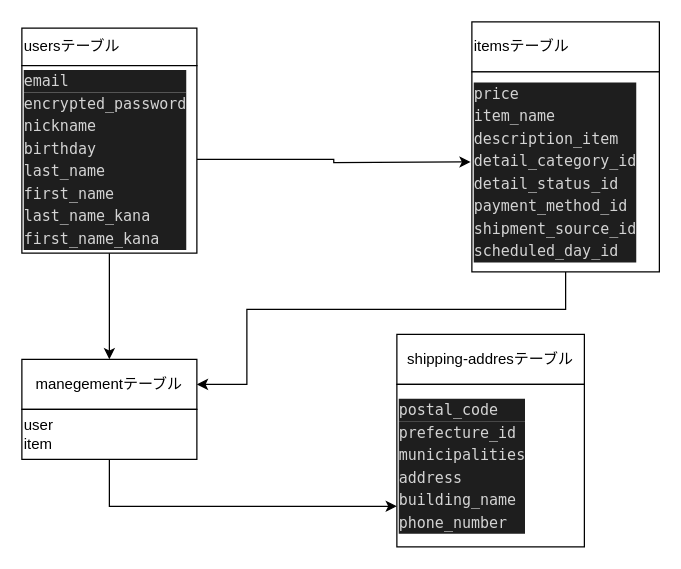
noguchi-takanori/furima-36054 keeps this draw.io diagram as sekkei.dio. Above is the earlier version. Source tidied: cells renumbered, new cells numbered last; positions are measured from the earlier drawing's top-left corner, leaving out a move shared by most shapes. Both pictures are drawn from the tidied source at 125%, with x=0, y=0 at pixel (21, 21).
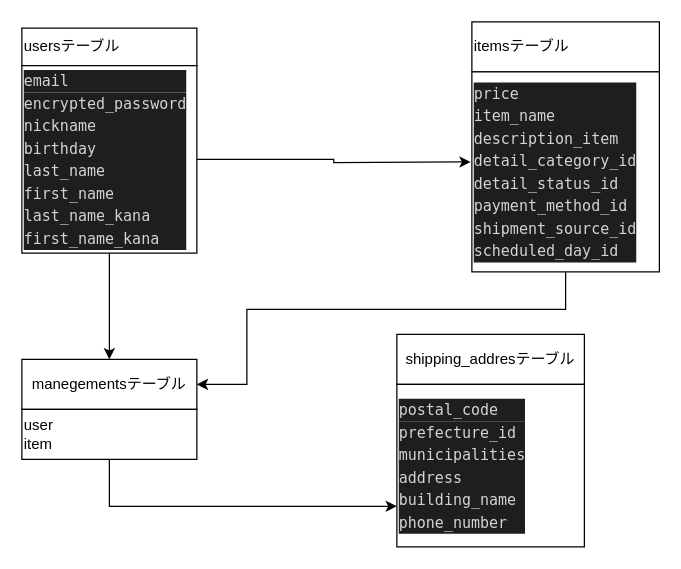
The same page after the edit.

Diff of the diagram source:
```diff
@@
 <mxGraphModel>
   <root>
     <mxCell id="0" />
     <mxCell id="1" parent="0" />
     <mxCell id="2" value="usersテーブル" style="rounded=0;whiteSpace=wrap;html=1;align=left;" parent="1" vertex="1">
       <mxGeometry y="5" width="140" height="30" as="geometry" />
     </mxCell>
     <mxCell id="3" style="edgeStyle=orthogonalEdgeStyle;rounded=0;jettySize=auto;html=1;exitX=0.5;exitY=1;exitDx=0;exitDy=0;entryX=0.5;entryY=0;entryDx=0;entryDy=0;" parent="1" edge="1" source="5" target="9">
       <mxGeometry relative="1" as="geometry" />
     </mxCell>
     <mxCell id="4" style="edgeStyle=orthogonalEdgeStyle;rounded=0;jettySize=auto;html=1;exitX=1;exitY=0.5;exitDx=0;exitDy=0;" parent="1" edge="1" source="5">
       <mxGeometry relative="1" as="geometry">
         <mxPoint x="359" y="112" as="targetPoint" />
       </mxGeometry>
     </mxCell>
     <mxCell id="5" value="&lt;div style=&quot;color: rgb(212 , 212 , 212) ; background-color: rgb(30 , 30 , 30) ; font-family: &amp;#34;menlo&amp;#34; , &amp;#34;monaco&amp;#34; , &amp;#34;courier new&amp;#34; , monospace ; line-height: 18px&quot;&gt;email&lt;/div&gt;&lt;div style=&quot;color: rgb(212 , 212 , 212) ; background-color: rgb(30 , 30 , 30) ; font-family: &amp;#34;menlo&amp;#34; , &amp;#34;monaco&amp;#34; , &amp;#34;courier new&amp;#34; , monospace ; line-height: 18px&quot;&gt;&lt;div style=&quot;font-family: &amp;#34;menlo&amp;#34; , &amp;#34;monaco&amp;#34; , &amp;#34;courier new&amp;#34; , monospace ; line-height: 18px&quot;&gt;encrypted_password&lt;/div&gt;&lt;div style=&quot;font-family: &amp;#34;menlo&amp;#34; , &amp;#34;monaco&amp;#34; , &amp;#34;courier new&amp;#34; , monospace ; line-height: 18px&quot;&gt;&lt;div style=&quot;font-family: &amp;#34;menlo&amp;#34; , &amp;#34;monaco&amp;#34; , &amp;#34;courier new&amp;#34; , monospace ; line-height: 18px&quot;&gt;nickname&lt;/div&gt;&lt;div style=&quot;font-family: &amp;#34;menlo&amp;#34; , &amp;#34;monaco&amp;#34; , &amp;#34;courier new&amp;#34; , monospace ; line-height: 18px&quot;&gt;&lt;div style=&quot;line-height: 18px&quot;&gt;birthday&lt;/div&gt;&lt;div style=&quot;line-height: 18px&quot;&gt;&lt;div style=&quot;line-height: 18px&quot;&gt;last_name&lt;/div&gt;&lt;div style=&quot;line-height: 18px&quot;&gt;&lt;div style=&quot;line-height: 18px&quot;&gt;first_name&lt;/div&gt;&lt;div style=&quot;line-height: 18px&quot;&gt;&lt;div style=&quot;line-height: 18px&quot;&gt;last_name_kana&lt;/div&gt;&lt;div style=&quot;line-height: 18px&quot;&gt;&lt;div style=&quot;line-height: 18px&quot;&gt;first_name_kana&lt;/div&gt;&lt;/div&gt;&lt;/div&gt;&lt;/div&gt;&lt;/div&gt;&lt;/div&gt;&lt;/div&gt;&lt;/div&gt;" style="rounded=0;whiteSpace=wrap;html=1;align=left;" parent="1" vertex="1">
       <mxGeometry y="35" width="140" height="150" as="geometry" />
     </mxCell>
     <mxCell id="6" value="itemsテーブル" style="rounded=0;whiteSpace=wrap;html=1;align=left;" parent="1" vertex="1">
       <mxGeometry x="360" width="150" height="40" as="geometry" />
     </mxCell>
     <mxCell id="7" style="edgeStyle=orthogonalEdgeStyle;rounded=0;jettySize=auto;html=1;exitX=0.5;exitY=1;exitDx=0;exitDy=0;entryX=1;entryY=0.5;entryDx=0;entryDy=0;" parent="1" edge="1" source="8" target="9">
       <mxGeometry relative="1" as="geometry">
         <Array as="points">
           <mxPoint x="435" y="230" />
           <mxPoint x="180" y="230" />
           <mxPoint x="180" y="290" />
         </Array>
       </mxGeometry>
     </mxCell>
     <mxCell id="8" value="&lt;div style=&quot;color: rgb(212 , 212 , 212) ; background-color: rgb(30 , 30 , 30) ; font-family: &amp;#34;menlo&amp;#34; , &amp;#34;monaco&amp;#34; , &amp;#34;courier new&amp;#34; , monospace ; line-height: 18px&quot;&gt;price&lt;/div&gt;&lt;div style=&quot;color: rgb(212 , 212 , 212) ; background-color: rgb(30 , 30 , 30) ; font-family: &amp;#34;menlo&amp;#34; , &amp;#34;monaco&amp;#34; , &amp;#34;courier new&amp;#34; , monospace ; line-height: 18px&quot;&gt;&lt;div style=&quot;font-family: &amp;#34;menlo&amp;#34; , &amp;#34;monaco&amp;#34; , &amp;#34;courier new&amp;#34; , monospace ; line-height: 18px&quot;&gt;item_name&lt;/div&gt;&lt;div style=&quot;font-family: &amp;#34;menlo&amp;#34; , &amp;#34;monaco&amp;#34; , &amp;#34;courier new&amp;#34; , monospace ; line-height: 18px&quot;&gt;&lt;div style=&quot;line-height: 18px&quot;&gt;description_item&lt;/div&gt;&lt;div style=&quot;line-height: 18px&quot;&gt;&lt;div style=&quot;line-height: 18px&quot;&gt;detail_category_id&lt;/div&gt;&lt;div style=&quot;line-height: 18px&quot;&gt;&lt;div style=&quot;line-height: 18px&quot;&gt;detail_status_id&lt;/div&gt;&lt;/div&gt;&lt;/div&gt;&lt;/div&gt;&lt;div style=&quot;font-family: &amp;#34;menlo&amp;#34; , &amp;#34;monaco&amp;#34; , &amp;#34;courier new&amp;#34; , monospace ; line-height: 18px&quot;&gt;&lt;div style=&quot;line-height: 18px&quot;&gt;payment_method_id&lt;/div&gt;&lt;div style=&quot;line-height: 18px&quot;&gt;&lt;div style=&quot;line-height: 18px&quot;&gt;shipment_source_id&lt;/div&gt;&lt;div style=&quot;line-height: 18px&quot;&gt;&lt;div style=&quot;line-height: 18px&quot;&gt;scheduled_day_id&lt;/div&gt;&lt;/div&gt;&lt;/div&gt;&lt;/div&gt;&lt;/div&gt;" style="rounded=0;whiteSpace=wrap;html=1;align=left;" parent="1" vertex="1">
       <mxGeometry x="360" y="40" width="150" height="160" as="geometry" />
     </mxCell>
-    <mxCell id="9" value="manegementテーブル" style="rounded=0;whiteSpace=wrap;html=1;" parent="1" vertex="1">
+    <mxCell id="9" value="manegementsテーブル" style="rounded=0;whiteSpace=wrap;html=1;" parent="1" vertex="1">
       <mxGeometry y="270" width="140" height="40" as="geometry" />
     </mxCell>
     <mxCell id="10" style="edgeStyle=orthogonalEdgeStyle;rounded=0;jettySize=auto;html=1;exitX=0.5;exitY=1;exitDx=0;exitDy=0;entryX=0;entryY=0.75;entryDx=0;entryDy=0;" parent="1" edge="1" source="11" target="13">
       <mxGeometry relative="1" as="geometry" />
     </mxCell>
     <mxCell id="11" value="user&lt;br&gt;&lt;div&gt;&lt;span&gt;item&lt;/span&gt;&lt;/div&gt;" style="rounded=0;whiteSpace=wrap;html=1;align=left;" parent="1" vertex="1">
       <mxGeometry y="310" width="140" height="40" as="geometry" />
     </mxCell>
-    <mxCell id="12" value="shipping-addresテーブル" style="rounded=0;whiteSpace=wrap;html=1;" parent="1" vertex="1">
+    <mxCell id="12" value="shipping_addresテーブル" style="rounded=0;whiteSpace=wrap;html=1;" parent="1" vertex="1">
       <mxGeometry x="300" y="250" width="150" height="40" as="geometry" />
     </mxCell>
     <mxCell id="13" value="&lt;div style=&quot;color: rgb(212 , 212 , 212) ; background-color: rgb(30 , 30 , 30) ; font-family: &amp;#34;menlo&amp;#34; , &amp;#34;monaco&amp;#34; , &amp;#34;courier new&amp;#34; , monospace ; line-height: 18px&quot;&gt;postal_code&lt;/div&gt;&lt;div style=&quot;color: rgb(212 , 212 , 212) ; background-color: rgb(30 , 30 , 30) ; font-family: &amp;#34;menlo&amp;#34; , &amp;#34;monaco&amp;#34; , &amp;#34;courier new&amp;#34; , monospace ; line-height: 18px&quot;&gt;&lt;div style=&quot;line-height: 18px&quot;&gt;prefecture_id&lt;/div&gt;&lt;div style=&quot;line-height: 18px&quot;&gt;&lt;div style=&quot;line-height: 18px&quot;&gt;municipalities&lt;/div&gt;&lt;div style=&quot;line-height: 18px&quot;&gt;&lt;div style=&quot;line-height: 18px&quot;&gt;address&lt;/div&gt;&lt;div style=&quot;line-height: 18px&quot;&gt;&lt;div style=&quot;line-height: 18px&quot;&gt;building_name&lt;/div&gt;&lt;div style=&quot;line-height: 18px&quot;&gt;&lt;div style=&quot;line-height: 18px&quot;&gt;phone_number&lt;/div&gt;&lt;/div&gt;&lt;/div&gt;&lt;/div&gt;&lt;/div&gt;&lt;/div&gt;" style="rounded=0;whiteSpace=wrap;html=1;align=left;" parent="1" vertex="1">
       <mxGeometry x="300" y="290" width="150" height="130" as="geometry" />
     </mxCell>
   </root>
 </mxGraphModel>
```
